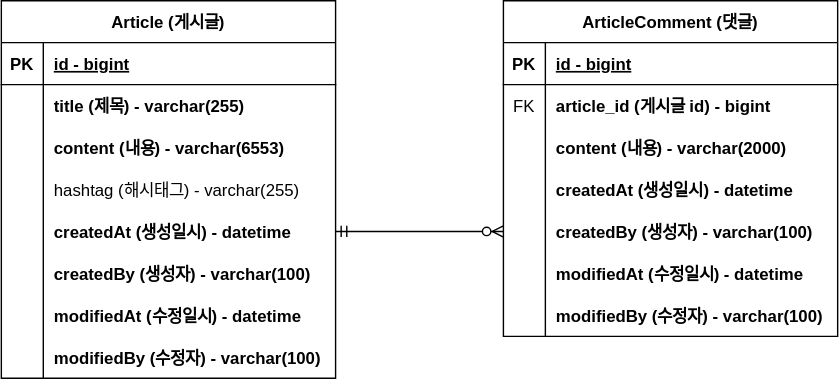
Earlier version of the draw.io export document/project-board-erd.svg (DEVZZAME/springboot-web-board). Source tidied: cells renumbered, new cells last; positions are measured from the earlier drawing's top-left corner, leaving out a move shared by most shapes.
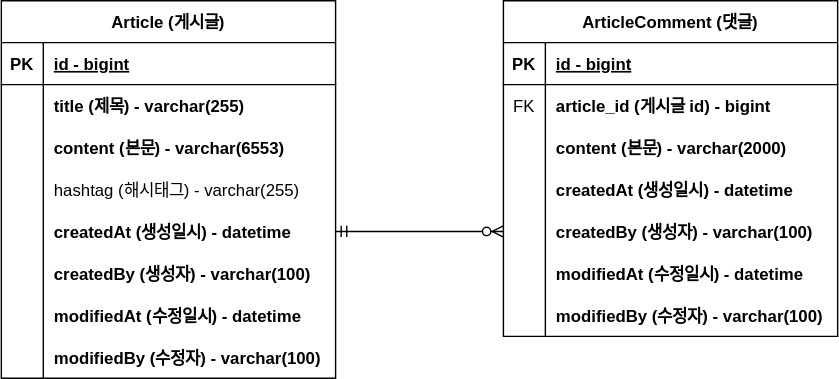
After the change.

Commit message:
#8 - ERD 주석 업데이트 : project-board-erd.svg

The edit, as a diff of the source:
```diff
@@ -29,7 +29,7 @@
     <mxCell id="10" style="shape=partialRectangle;fillColor=none;top=0;left=0;bottom=0;right=0;overflow=hidden;" parent="9" vertex="1">
       <mxGeometry width="30" height="30" as="geometry" />
     </mxCell>
-    <mxCell id="11" value="content (내용) - varchar(6553)" style="shape=partialRectangle;fillColor=none;top=0;left=0;bottom=0;right=0;align=left;spacingLeft=6;overflow=hidden;fontStyle=1;" parent="9" vertex="1">
+    <mxCell id="11" value="content (본문) - varchar(6553)" style="shape=partialRectangle;fillColor=none;top=0;left=0;bottom=0;right=0;align=left;spacingLeft=6;overflow=hidden;fontStyle=1;" parent="9" vertex="1">
       <mxGeometry x="30" width="209" height="30" as="geometry" />
     </mxCell>
     <mxCell id="12" style="shape=tableRow;horizontal=0;startSize=0;swimlaneHead=0;swimlaneBody=0;fillColor=none;top=0;left=0;right=0;bottom=0;" parent="2" vertex="1">
@@ -104,7 +104,7 @@
     <mxCell id="35" style="shape=partialRectangle;fillColor=none;top=0;left=0;bottom=0;right=0;overflow=hidden;" parent="34" vertex="1">
       <mxGeometry width="30" height="30" as="geometry" />
     </mxCell>
-    <mxCell id="36" value="content (내용) - varchar(2000)" style="shape=partialRectangle;fillColor=none;top=0;left=0;bottom=0;right=0;align=left;spacingLeft=6;overflow=hidden;fontStyle=1;" parent="34" vertex="1">
+    <mxCell id="36" value="content (본문) - varchar(2000)" style="shape=partialRectangle;fillColor=none;top=0;left=0;bottom=0;right=0;align=left;spacingLeft=6;overflow=hidden;fontStyle=1;" parent="34" vertex="1">
       <mxGeometry x="30" width="209" height="30" as="geometry" />
     </mxCell>
     <mxCell id="37" style="shape=tableRow;horizontal=0;startSize=0;swimlaneHead=0;swimlaneBody=0;fillColor=none;top=0;left=0;right=0;bottom=0;" parent="27" vertex="1">
```
